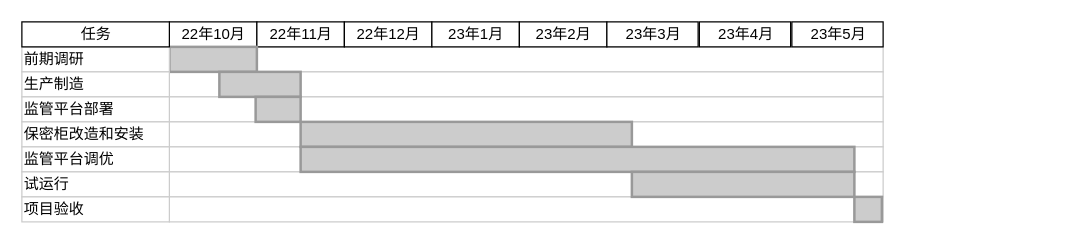
captain188/draw.io keeps this draw.io diagram as 江苏项目甘特图.drawio. Above is the earlier version. Source tidied: cells renumbered, new cells numbered last; positions are measured from the earlier drawing's top-left corner, leaving out a move shared by most shapes. Both pictures are drawn from the tidied source at 125%, with x=0, y=0 at pixel (21, 21).
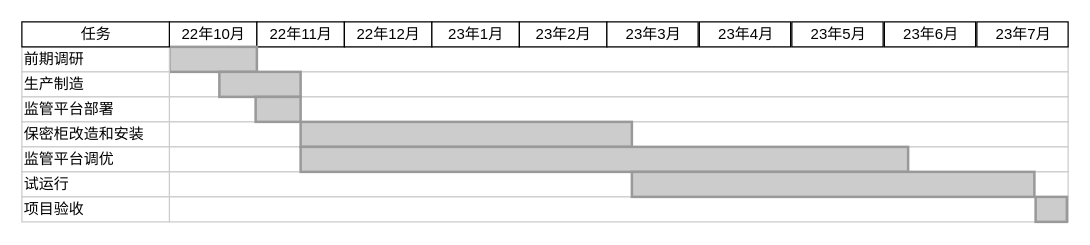
The same diagram, later.

Commit message:
更新江苏项目甘特图.drawio

What changed in the source:
```diff
@@
     <mxCell id="2" style="align=left;strokeColor=#CCCCCC;html=1;" parent="1" vertex="1">
-      <mxGeometry x="118" y="20" width="571" height="20" as="geometry" />
+      <mxGeometry x="118" y="20" width="719" height="20" as="geometry" />
     </mxCell>
@@
     <mxCell id="9" style="align=left;strokeColor=#CCCCCC;html=1;" parent="1" vertex="1">
-      <mxGeometry x="118" y="40" width="571" height="20" as="geometry" />
+      <mxGeometry x="118" y="40" width="719" height="20" as="geometry" />
     </mxCell>
     <mxCell id="10" style="align=left;strokeColor=#CCCCCC;html=1;" parent="1" vertex="1">
-      <mxGeometry x="118" y="60" width="571" height="20" as="geometry" />
+      <mxGeometry x="118" y="60" width="719" height="20" as="geometry" />
     </mxCell>
     <mxCell id="11" style="align=left;strokeColor=#CCCCCC;html=1;" parent="1" vertex="1">
-      <mxGeometry x="118" y="80" width="571" height="20" as="geometry" />
+      <mxGeometry x="118" y="80" width="719" height="20" as="geometry" />
     </mxCell>
     <mxCell id="12" style="align=left;strokeColor=#CCCCCC;html=1;" parent="1" vertex="1">
-      <mxGeometry x="118" y="100" width="571" height="20" as="geometry" />
+      <mxGeometry x="118" y="100" width="719" height="20" as="geometry" />
     </mxCell>
     <mxCell id="13" style="align=left;strokeColor=#CCCCCC;html=1;" parent="1" vertex="1">
-      <mxGeometry x="118" y="120" width="571" height="20" as="geometry" />
+      <mxGeometry x="118" y="120" width="719" height="20" as="geometry" />
     </mxCell>
     <mxCell id="14" style="align=left;strokeColor=#CCCCCC;html=1;" parent="1" vertex="1">
-      <mxGeometry x="118" y="140" width="571" height="20" as="geometry" />
+      <mxGeometry x="118" y="140" width="719" height="20" as="geometry" />
     </mxCell>
@@
     <mxCell id="19" style="whiteSpace=wrap;html=1;strokeWidth=2;fillColor=#CCCCCC;gradientColor=none;fontSize=14;align=center;strokeColor=#999999;" parent="1" vertex="1">
-      <mxGeometry x="223" y="100" width="443" height="20" as="geometry" />
+      <mxGeometry x="223" y="100" width="486" height="20" as="geometry" />
     </mxCell>
     <mxCell id="20" style="whiteSpace=wrap;html=1;strokeWidth=2;fillColor=#CCCCCC;gradientColor=none;fontSize=14;align=center;strokeColor=#999999;" parent="1" vertex="1">
-      <mxGeometry x="488" y="120" width="178" height="20" as="geometry" />
+      <mxGeometry x="488" y="120" width="322" height="20" as="geometry" />
     </mxCell>
     <mxCell id="21" style="whiteSpace=wrap;html=1;strokeWidth=2;fillColor=#CCCCCC;gradientColor=none;fontSize=14;align=center;strokeColor=#999999;" parent="1" vertex="1">
-      <mxGeometry x="666" y="140" width="22" height="20" as="geometry" />
+      <mxGeometry x="811" y="140" width="25" height="20" as="geometry" />
     </mxCell>
@@
+    <mxCell id="33" value="23年6月" style="strokeWidth=1;fontStyle=0;html=1;" parent="1" vertex="1">
+      <mxGeometry x="690" width="73" height="20" as="geometry" />
+    </mxCell>
+    <mxCell id="34" value="23年7月" style="strokeWidth=1;fontStyle=0;html=1;" parent="1" vertex="1">
+      <mxGeometry x="764" width="73" height="20" as="geometry" />
+    </mxCell>
```
